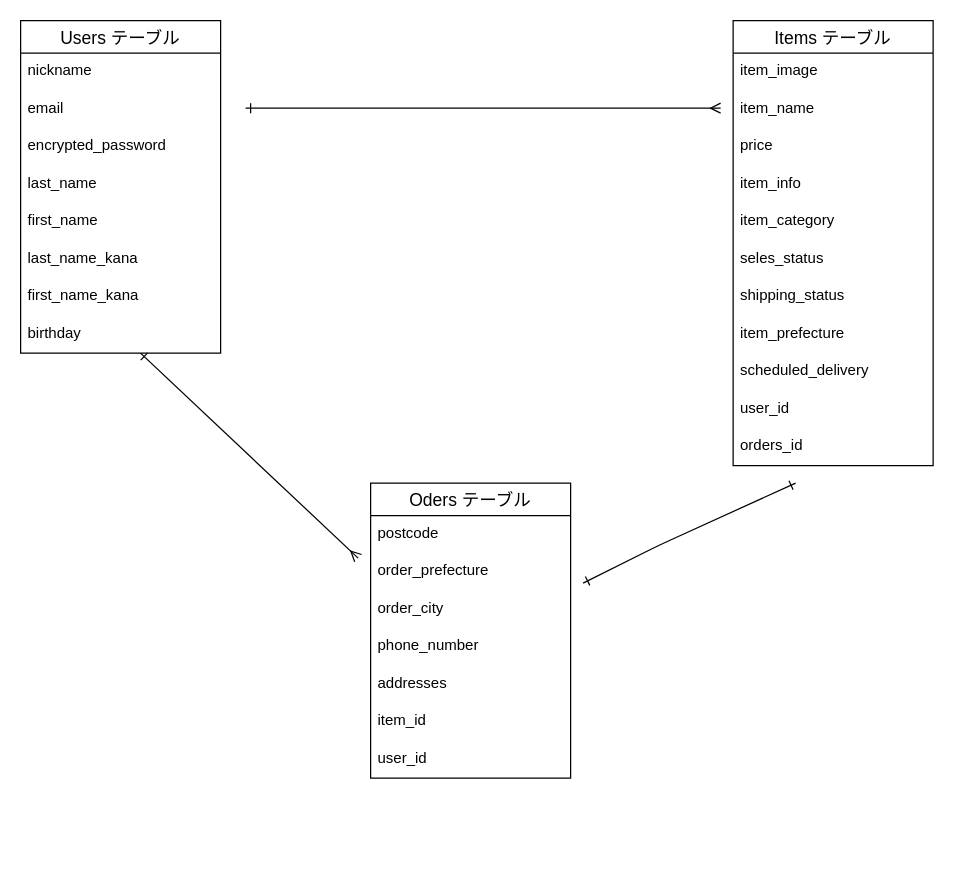
The draw.io diagram config/ER.dio in hamatoru/furima-39780, before the edit. Source tidied: cells renumbered, new cells numbered last; positions are measured from the earlier drawing's top-left corner, leaving out a move shared by most shapes. Both pictures are drawn from the tidied source at 125%, with x=0, y=0 at pixel (20, 20).
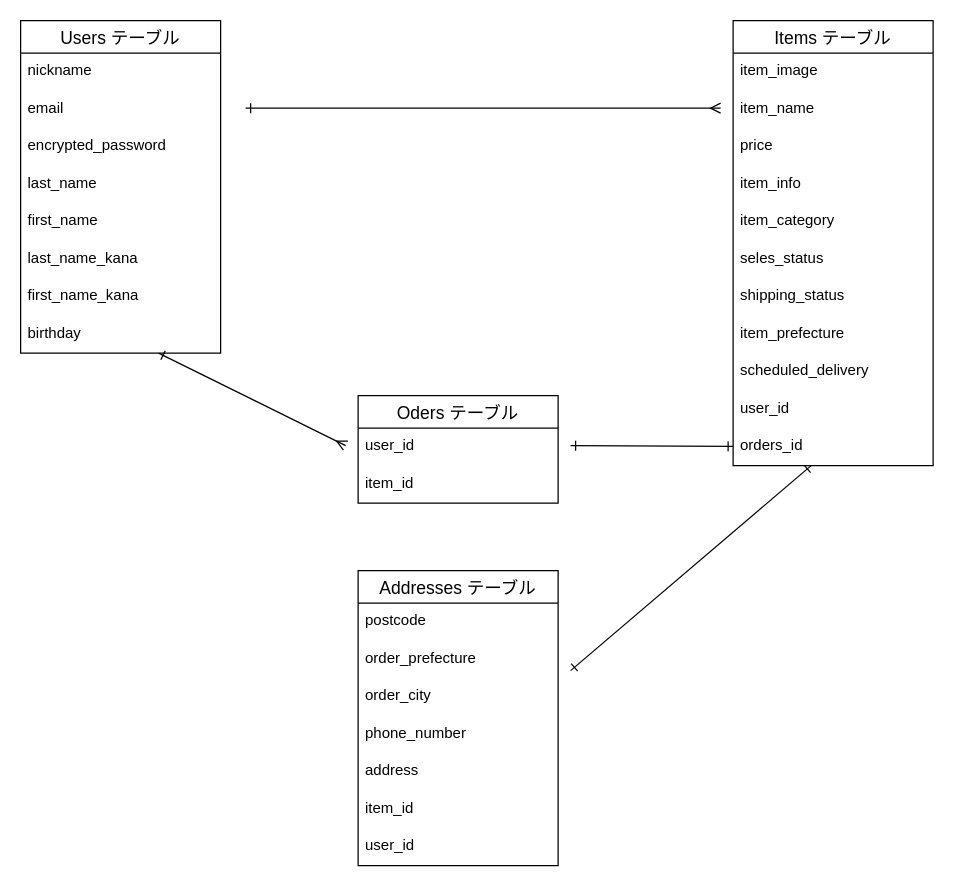
The same page after the edit.

Commit message (it also covers changes not shown here):
ER図とREADMEの記述　修正

The change refers to these unchanged cells:
```xml
<mxCell id="10" value="birthday" style="text;strokeColor=none;fillColor=none;spacingLeft=4;spacingRight=4;overflow=hidden;points=[[0,0.5],[1,0.5]];portConstraint=eastwest;fontSize=12;" parent="2" vertex="1">
  <mxGeometry y="236" width="160" height="30" as="geometry" />
</mxCell>
<mxCell id="30" value="orders_id" style="text;strokeColor=none;fillColor=none;spacingLeft=4;spacingRight=4;overflow=hidden;points=[[0,0.5],[1,0.5]];portConstraint=eastwest;fontSize=12;" parent="19" vertex="1">
  <mxGeometry y="326" width="160" height="30" as="geometry" />
</mxCell>
```

Change to the diagram source:
```diff
@@
-    <mxCell id="11" value="Oders テーブル" style="swimlane;fontStyle=0;horizontal=1;startSize=26;align=center;fontSize=14;" parent="1" vertex="1">
-      <mxGeometry x="280" y="370" width="160" height="236" as="geometry" />
+    <mxCell id="11" value="Addresses テーブル" style="swimlane;fontStyle=0;horizontal=1;startSize=26;align=center;fontSize=14;" parent="1" vertex="1">
+      <mxGeometry x="270" y="440" width="160" height="236" as="geometry" />
     </mxCell>
@@
-    <mxCell id="16" value="addresses" style="text;strokeColor=none;fillColor=none;spacingLeft=4;spacingRight=4;overflow=hidden;fontSize=12;" parent="11" vertex="1">
+    <mxCell id="16" value="address" style="text;strokeColor=none;fillColor=none;spacingLeft=4;spacingRight=4;overflow=hidden;fontSize=12;" parent="11" vertex="1">
       <mxGeometry y="146" width="160" height="30" as="geometry" />
     </mxCell>
@@
     <mxCell id="32" style="edgeStyle=none;html=1;startArrow=ERone;startFill=0;endArrow=ERmany;endFill=0;" parent="1" edge="1" source="10">
       <mxGeometry relative="1" as="geometry">
-        <mxPoint x="270" y="430" as="targetPoint" />
+        <mxPoint x="260" y="340" as="targetPoint" />
       </mxGeometry>
     </mxCell>
-    <mxCell id="33" style="edgeStyle=none;html=1;startArrow=ERone;startFill=0;endArrow=ERone;endFill=0;" parent="1" edge="1">
-      <mxGeometry relative="1" as="geometry">
-        <mxPoint x="620" y="370" as="sourcePoint" />
-        <mxPoint x="450" y="450" as="targetPoint" />
-        <Array as="points">
-          <mxPoint x="510" y="420" />
-        </Array>
-      </mxGeometry>
-    </mxCell>
+    <mxCell id="34" value="Oders テーブル" style="swimlane;fontStyle=0;horizontal=1;startSize=26;align=center;fontSize=14;" parent="1" vertex="1">
+      <mxGeometry x="270" y="300" width="160" height="86" as="geometry" />
+    </mxCell>
+    <mxCell id="35" value="user_id" style="text;strokeColor=none;fillColor=none;spacingLeft=4;spacingRight=4;overflow=hidden;fontSize=12;" parent="34" vertex="1">
+      <mxGeometry y="26" width="160" height="30" as="geometry" />
+    </mxCell>
+    <mxCell id="36" value="item_id" style="text;strokeColor=none;fillColor=none;spacingLeft=4;spacingRight=4;overflow=hidden;fontSize=12;" parent="34" vertex="1">
+      <mxGeometry y="56" width="160" height="30" as="geometry" />
+    </mxCell>
+    <mxCell id="37" style="edgeStyle=none;html=1;startArrow=ERone;startFill=0;endArrow=ERone;endFill=0;" parent="1" edge="1" source="30">
+      <mxGeometry relative="1" as="geometry">
+        <mxPoint x="440" y="340" as="targetPoint" />
+      </mxGeometry>
+    </mxCell>
+    <mxCell id="38" style="edgeStyle=none;html=1;startArrow=ERone;startFill=0;endArrow=ERone;endFill=0;" parent="1" edge="1" source="30">
+      <mxGeometry relative="1" as="geometry">
+        <mxPoint x="440" y="520" as="targetPoint" />
+      </mxGeometry>
+    </mxCell>
```
